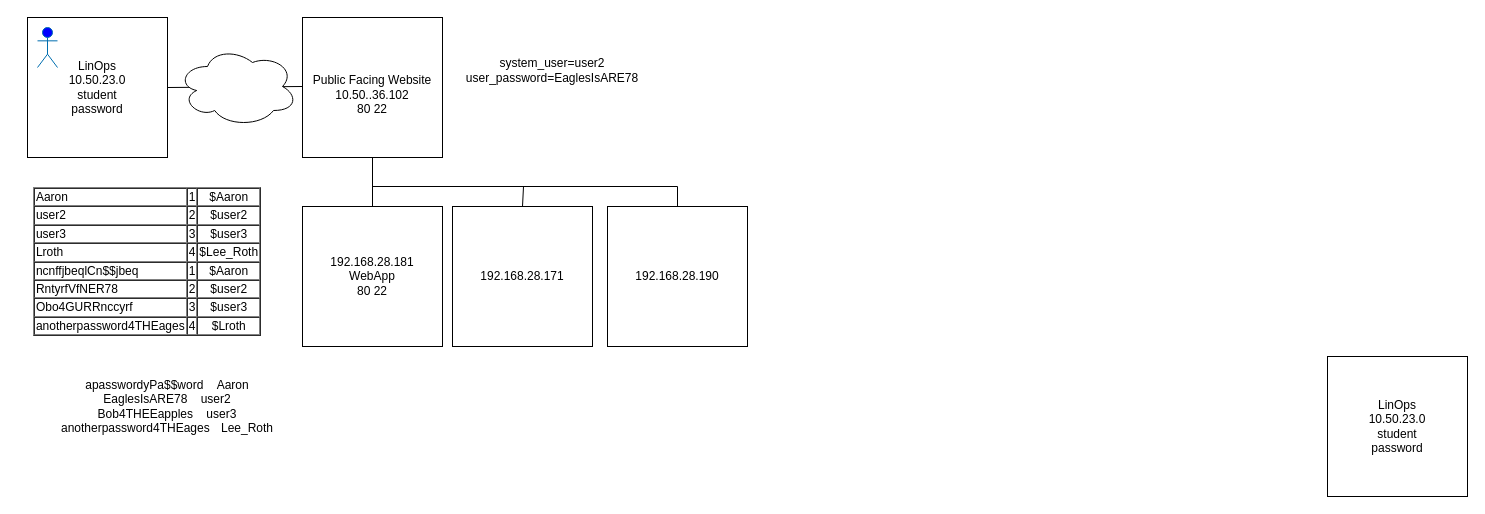
TheWaltuh/COSC-Notes keeps this draw.io diagram as page "Page-4" (2 of 3) of Security/Vacca/Security Map.drawio. Above is the earlier version. Source tidied: cells renumbered, new cells numbered last; positions are measured from the earlier drawing's top-left corner, leaving out a move shared by most shapes. Both pictures are drawn from the tidied source at 100%, with x=0, y=0 at pixel (17, 17).
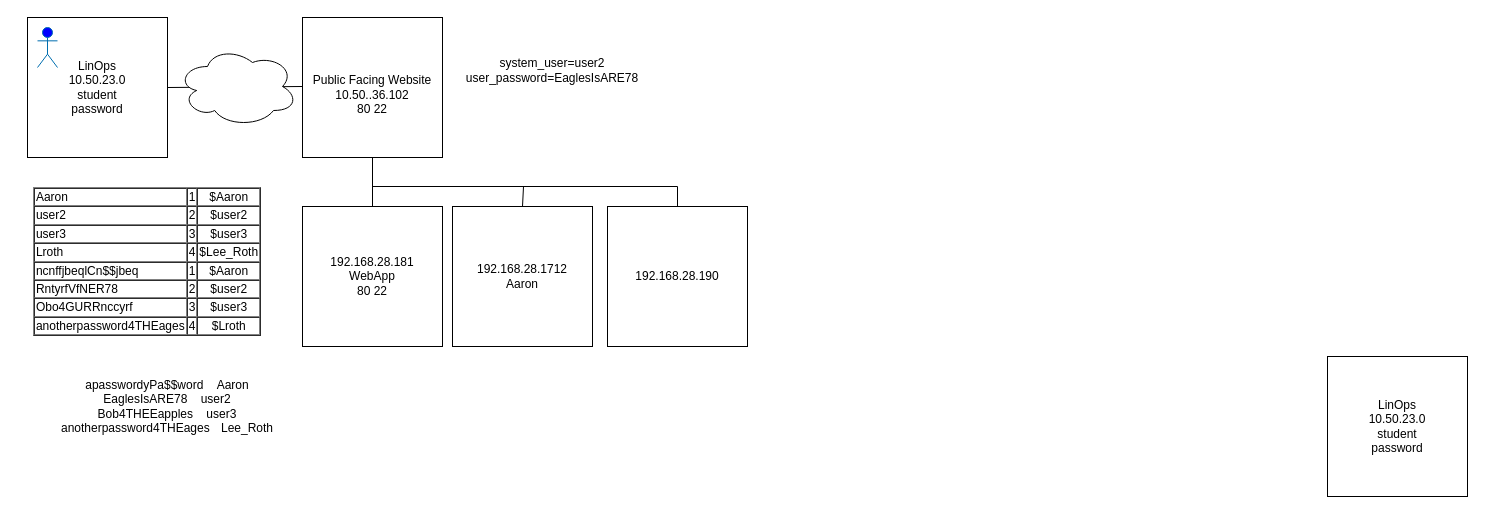
After the change.

What changed in the source:
```diff
@@
-    <mxCell id="13" value="&lt;div&gt;192.168.28.171&lt;br&gt;&lt;/div&gt;" style="whiteSpace=wrap;html=1;" parent="1" vertex="1">
+    <mxCell id="13" value="&lt;div&gt;192.168.28.1712&lt;/div&gt;&lt;div&gt;Aaron&lt;br&gt;&lt;/div&gt;" style="whiteSpace=wrap;html=1;" parent="1" vertex="1">
       <mxGeometry x="435" y="189" width="140" height="140" as="geometry" />
     </mxCell>
```
